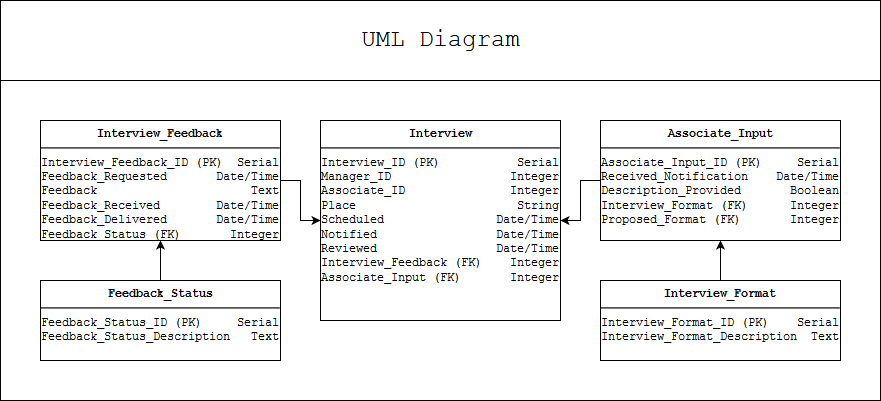
dfeli014/InterviewService keeps this draw.io diagram as UML.png. Above is the earlier version. Source tidied: cells renumbered, new cells last; positions are measured from the earlier drawing's top-left corner, leaving out a move shared by most shapes.
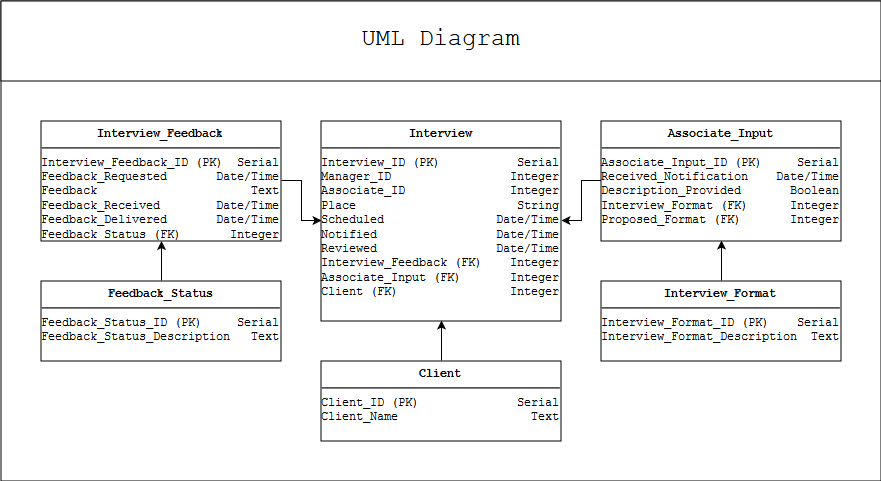
Above is the later version.

Commit message:
added client table

What changed in the source:
```diff
@@ -3,7 +3,7 @@
     <mxCell id="0" />
     <mxCell id="1" parent="0" />
     <mxCell id="2" style="rounded=0;whiteSpace=wrap;html=1;" parent="1" vertex="1">
-      <mxGeometry width="880" height="400" as="geometry" />
+      <mxGeometry width="880" height="480" as="geometry" />
     </mxCell>
     <mxCell id="3" value="&lt;font style=&quot;font-size: 24px&quot;&gt;UML Diagram&lt;br&gt;&lt;/font&gt;" style="rounded=0;whiteSpace=wrap;html=1;fontFamily=Courier New;" parent="1" vertex="1">
       <mxGeometry width="880" height="80" as="geometry" />
@@ -20,7 +20,7 @@
     <mxCell id="7" value="&lt;p style=&quot;margin: 0px ; margin-top: 6px ; text-align: center&quot;&gt;&lt;b&gt;Feedback_Status&lt;/b&gt;&lt;br&gt;&lt;/p&gt;&lt;hr&gt;&lt;div&gt;Feedback_Status_ID (PK)&amp;nbsp;&amp;nbsp;&amp;nbsp;&amp;nbsp; Serial&lt;/div&gt;&lt;div&gt;Feedback_Status_Description&amp;nbsp;&amp;nbsp; Text&lt;br&gt;&lt;/div&gt;" style="align=left;overflow=fill;html=1;fontFamily=Courier New;" parent="1" vertex="1">
       <mxGeometry x="40" y="280" width="240" height="80" as="geometry" />
     </mxCell>
-    <mxCell id="8" value="&lt;p style=&quot;margin: 0px ; margin-top: 6px ; text-align: center&quot;&gt;&lt;b&gt;Interview&lt;/b&gt;&lt;br&gt;&lt;/p&gt;&lt;hr&gt;&lt;div&gt;Interview_ID (PK) &amp;nbsp; &amp;nbsp; &amp;nbsp;&amp;nbsp; &amp;nbsp;&amp;nbsp; Serial&lt;/div&gt;&lt;div&gt;Manager_ID &amp;nbsp; &amp;nbsp; &amp;nbsp; &amp;nbsp; &amp;nbsp; &amp;nbsp; &amp;nbsp;&amp;nbsp;&amp;nbsp; Integer&lt;/div&gt;&lt;div&gt;Associate_ID&amp;nbsp;&amp;nbsp;&amp;nbsp;&amp;nbsp;&amp;nbsp;&amp;nbsp;&amp;nbsp;&amp;nbsp;&amp;nbsp;&amp;nbsp;&amp;nbsp;&amp;nbsp;&amp;nbsp;&amp;nbsp; Integer&lt;/div&gt;&lt;div&gt;Place &amp;nbsp;&amp;nbsp; &amp;nbsp;&amp;nbsp;&amp;nbsp;&amp;nbsp;&amp;nbsp;&amp;nbsp;&amp;nbsp;&amp;nbsp;&amp;nbsp;&amp;nbsp;&amp;nbsp;&amp;nbsp;&amp;nbsp;&amp;nbsp;&amp;nbsp;&amp;nbsp;&amp;nbsp;&amp;nbsp; String&lt;/div&gt;&lt;div&gt;Scheduled&amp;nbsp;&amp;nbsp;&amp;nbsp;&amp;nbsp;&amp;nbsp;&amp;nbsp;&amp;nbsp;&amp;nbsp;&amp;nbsp;&amp;nbsp;&amp;nbsp;&amp;nbsp;&amp;nbsp;&amp;nbsp;&amp;nbsp; Date/Time&lt;/div&gt;&lt;div&gt;Notified &amp;nbsp; &amp;nbsp;&amp;nbsp;&amp;nbsp;&amp;nbsp;&amp;nbsp;&amp;nbsp;&amp;nbsp;&amp;nbsp;&amp;nbsp;&amp;nbsp;&amp;nbsp;&amp;nbsp;&amp;nbsp; Date/Time&lt;/div&gt;&lt;div&gt;Reviewed&amp;nbsp;&amp;nbsp;&amp;nbsp;&amp;nbsp;&amp;nbsp;&amp;nbsp;&amp;nbsp;&amp;nbsp;&amp;nbsp;&amp;nbsp;&amp;nbsp;&amp;nbsp;&amp;nbsp;&amp;nbsp;&amp;nbsp;&amp;nbsp; Date/Time&lt;/div&gt;&lt;div&gt;Interview_Feedback (FK)&amp;nbsp;&amp;nbsp;&amp;nbsp; Integer&lt;/div&gt;&lt;div&gt;Associate_Input (FK)&amp;nbsp;&amp;nbsp;&amp;nbsp;&amp;nbsp;&amp;nbsp;&amp;nbsp; Integer&lt;br&gt;&lt;/div&gt;" style="align=left;overflow=fill;html=1;fontFamily=Courier New;" parent="1" vertex="1">
+    <mxCell id="8" value="&lt;p style=&quot;margin: 0px ; margin-top: 6px ; text-align: center&quot;&gt;&lt;b&gt;Interview&lt;/b&gt;&lt;br&gt;&lt;/p&gt;&lt;hr&gt;&lt;div&gt;Interview_ID (PK) &amp;nbsp; &amp;nbsp; &amp;nbsp;&amp;nbsp; &amp;nbsp;&amp;nbsp; Serial&lt;/div&gt;&lt;div&gt;Manager_ID &amp;nbsp; &amp;nbsp; &amp;nbsp; &amp;nbsp; &amp;nbsp; &amp;nbsp; &amp;nbsp;&amp;nbsp;&amp;nbsp; Integer&lt;/div&gt;&lt;div&gt;Associate_ID&amp;nbsp;&amp;nbsp;&amp;nbsp;&amp;nbsp;&amp;nbsp;&amp;nbsp;&amp;nbsp;&amp;nbsp;&amp;nbsp;&amp;nbsp;&amp;nbsp;&amp;nbsp;&amp;nbsp;&amp;nbsp; Integer&lt;/div&gt;&lt;div&gt;Place &amp;nbsp;&amp;nbsp; &amp;nbsp;&amp;nbsp;&amp;nbsp;&amp;nbsp;&amp;nbsp;&amp;nbsp;&amp;nbsp;&amp;nbsp;&amp;nbsp;&amp;nbsp;&amp;nbsp;&amp;nbsp;&amp;nbsp;&amp;nbsp;&amp;nbsp;&amp;nbsp;&amp;nbsp;&amp;nbsp; String&lt;/div&gt;&lt;div&gt;Scheduled&amp;nbsp;&amp;nbsp;&amp;nbsp;&amp;nbsp;&amp;nbsp;&amp;nbsp;&amp;nbsp;&amp;nbsp;&amp;nbsp;&amp;nbsp;&amp;nbsp;&amp;nbsp;&amp;nbsp;&amp;nbsp;&amp;nbsp; Date/Time&lt;/div&gt;&lt;div&gt;Notified &amp;nbsp; &amp;nbsp;&amp;nbsp;&amp;nbsp;&amp;nbsp;&amp;nbsp;&amp;nbsp;&amp;nbsp;&amp;nbsp;&amp;nbsp;&amp;nbsp;&amp;nbsp;&amp;nbsp;&amp;nbsp; Date/Time&lt;/div&gt;&lt;div&gt;Reviewed&amp;nbsp;&amp;nbsp;&amp;nbsp;&amp;nbsp;&amp;nbsp;&amp;nbsp;&amp;nbsp;&amp;nbsp;&amp;nbsp;&amp;nbsp;&amp;nbsp;&amp;nbsp;&amp;nbsp;&amp;nbsp;&amp;nbsp;&amp;nbsp; Date/Time&lt;/div&gt;&lt;div&gt;Interview_Feedback (FK)&amp;nbsp;&amp;nbsp;&amp;nbsp; Integer&lt;/div&gt;&lt;div&gt;Associate_Input (FK)&amp;nbsp;&amp;nbsp;&amp;nbsp;&amp;nbsp;&amp;nbsp;&amp;nbsp; Integer&lt;/div&gt;&lt;div&gt;Client (FK)&amp;nbsp;&amp;nbsp;&amp;nbsp;&amp;nbsp;&amp;nbsp;&amp;nbsp;&amp;nbsp;&amp;nbsp;&amp;nbsp;&amp;nbsp;&amp;nbsp;&amp;nbsp;&amp;nbsp;&amp;nbsp;&amp;nbsp; Integer&lt;br&gt;&lt;/div&gt;" style="align=left;overflow=fill;html=1;fontFamily=Courier New;" parent="1" vertex="1">
       <mxGeometry x="320" y="120" width="240" height="200" as="geometry" />
     </mxCell>
     <mxCell id="9" style="edgeStyle=orthogonalEdgeStyle;rounded=0;jettySize=auto;html=1;exitX=1;exitY=0.5;exitDx=0;exitDy=0;entryX=0;entryY=0.5;entryDx=0;entryDy=0;" parent="1" edge="1" source="10" target="8">
@@ -35,5 +35,11 @@
     <mxCell id="12" value="&lt;p style=&quot;margin: 0px ; margin-top: 6px ; text-align: center&quot;&gt;&lt;b&gt;Associate_Input&lt;/b&gt;&lt;br&gt;&lt;/p&gt;&lt;hr&gt;&lt;div&gt;Associate_Input_ID (PK)&amp;nbsp; &amp;nbsp;&amp;nbsp; Serial&lt;/div&gt;&lt;div&gt;Received_Notification &amp;nbsp;&amp;nbsp; Date/Time&lt;/div&gt;&lt;div&gt;Description_Provided&amp;nbsp;&amp;nbsp;&amp;nbsp;&amp;nbsp;&amp;nbsp;&amp;nbsp; Boolean&lt;/div&gt;&lt;div&gt;Interview_Format (FK)&amp;nbsp;&amp;nbsp;&amp;nbsp;&amp;nbsp;&amp;nbsp; Integer&lt;br&gt;&lt;/div&gt;&lt;div&gt;Proposed_Format (FK)&amp;nbsp;&amp;nbsp;&amp;nbsp;&amp;nbsp;&amp;nbsp;&amp;nbsp; Integer&lt;br&gt;&lt;/div&gt;" style="align=left;overflow=fill;html=1;fontFamily=Courier New;" parent="1" vertex="1">
       <mxGeometry x="600" y="120" width="240" height="120" as="geometry" />
     </mxCell>
+    <mxCell id="13" style="edgeStyle=orthogonalEdgeStyle;rounded=0;jettySize=auto;html=1;exitX=0.5;exitY=0;exitDx=0;exitDy=0;entryX=0.5;entryY=1;entryDx=0;entryDy=0;" parent="1" edge="1" source="14" target="8">
+      <mxGeometry relative="1" as="geometry" />
+    </mxCell>
+    <mxCell id="14" value="&lt;p style=&quot;margin: 0px ; margin-top: 6px ; text-align: center&quot;&gt;&lt;b&gt;Client&lt;/b&gt;&lt;br&gt;&lt;/p&gt;&lt;hr&gt;&lt;div&gt;Client_ID (PK) &amp;nbsp; &amp;nbsp; &amp;nbsp; &amp;nbsp;&amp;nbsp; &amp;nbsp;&amp;nbsp;&amp;nbsp; Serial&lt;/div&gt;&lt;div&gt;Client_Name &amp;nbsp; &amp;nbsp; &amp;nbsp; &amp;nbsp; &amp;nbsp; &amp;nbsp; &amp;nbsp; &amp;nbsp; &amp;nbsp; Text&lt;br&gt;&lt;/div&gt;" style="align=left;overflow=fill;html=1;fontFamily=Courier New;" parent="1" vertex="1">
+      <mxGeometry x="320" y="360" width="240" height="80" as="geometry" />
+    </mxCell>
   </root>
 </mxGraphModel>
```
